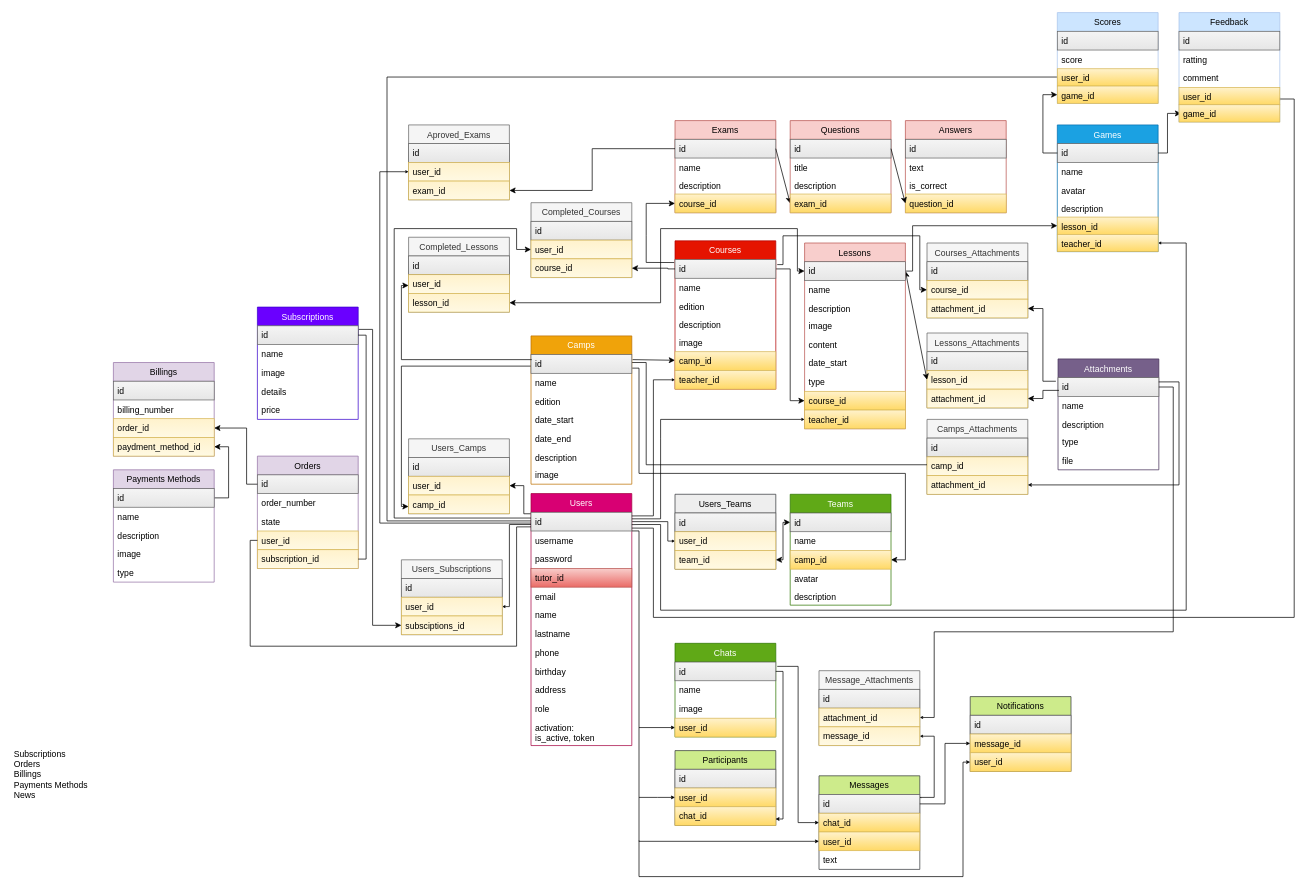
The draw.io diagram bin/bbdd-game-camp.drawio in OneLifeDesigning/wellness-api, before the edit. Source tidied: cells renumbered, new cells numbered last; positions are measured from the earlier drawing's top-left corner, leaving out a move shared by most shapes. Both pictures are drawn from the tidied source at 72%, with x=0, y=0 at pixel (12, 12).
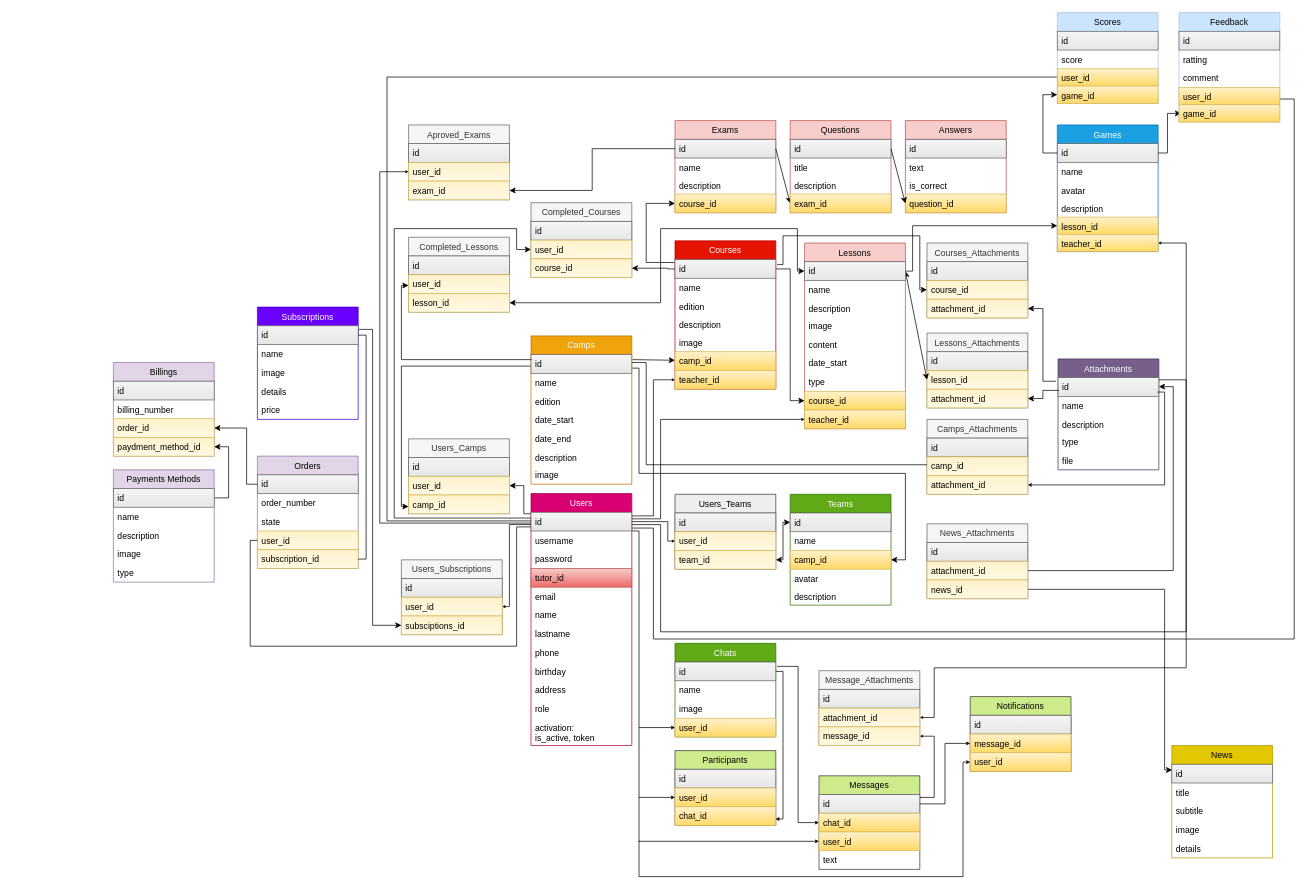
Above is the later version.

Unchanged cells that the change refers to:
```xml
<mxCell id="9" value="id" style="text;align=left;verticalAlign=top;spacingLeft=4;spacingRight=4;overflow=hidden;points=[[0,0.5],[1,0.5]];portConstraint=eastwest;fillColor=#f5f5f5;strokeColor=#666666;gradientColor=#E6E6E6;" parent="8" vertex="1">
  <mxGeometry y="26" width="140" height="26" as="geometry" />
</mxCell>
<mxCell id="51" value="Attachments" style="swimlane;fontStyle=0;horizontal=1;startSize=26;fillColor=#76608a;strokeColor=#432D57;fontColor=#ffffff;" parent="1" vertex="1">
  <mxGeometry x="1452" y="481" width="140" height="154" as="geometry" />
</mxCell>
<mxCell id="52" value="id" style="text;strokeColor=#666666;fillColor=#f5f5f5;align=left;verticalAlign=top;spacingLeft=4;spacingRight=4;overflow=hidden;points=[[0,0.5],[1,0.5]];portConstraint=eastwest;gradientColor=#E6E6E6;" parent="51" vertex="1">
  <mxGeometry y="26" width="140" height="26" as="geometry" />
</mxCell>
<mxCell id="70" value="attachment_id" style="text;strokeColor=#d6b656;fillColor=#fff2cc;align=left;verticalAlign=top;spacingLeft=4;spacingRight=4;overflow=hidden;points=[[0,0.5],[1,0.5]];portConstraint=eastwest;gradientColor=#FFF9E3;" parent="67" vertex="1">
  <mxGeometry y="78" width="140" height="26" as="geometry" />
</mxCell>
<mxCell id="109" value="teacher_id" style="text;strokeColor=#d6b656;fillColor=#fff2cc;align=left;verticalAlign=top;spacingLeft=4;spacingRight=4;overflow=hidden;points=[[0,0.5],[1,0.5]];portConstraint=eastwest;gradientColor=#ffd966;" parent="103" vertex="1">
  <mxGeometry y="152" width="140" height="24" as="geometry" />
</mxCell>
<mxCell id="168" value="attachment_id" style="text;strokeColor=#d6b656;fillColor=#fff2cc;align=left;verticalAlign=top;spacingLeft=4;spacingRight=4;overflow=hidden;points=[[0,0.5],[1,0.5]];portConstraint=eastwest;gradientColor=#FFF9E3;" parent="166" vertex="1">
  <mxGeometry y="52" width="140" height="26" as="geometry" />
</mxCell>
```

Diff of the diagram source:
```diff
@@
+    <mxCell id="213" style="edgeStyle=orthogonalEdgeStyle;rounded=0;jettySize=auto;html=1;exitX=1;exitY=0.25;exitDx=0;exitDy=0;entryX=1;entryY=0.5;entryDx=0;entryDy=0;startArrow=classic;startFill=1;endArrow=none;endFill=0;fontColor=#000000;" parent="1" edge="1" source="51" target="223">
+      <mxGeometry relative="1" as="geometry" />
+    </mxCell>
@@
-    <mxCell id="82" style="edgeStyle=orthogonalEdgeStyle;rounded=0;jettySize=auto;html=1;exitX=1;exitY=0.5;exitDx=0;exitDy=0;entryX=0.999;entryY=0.228;entryDx=0;entryDy=0;startArrow=classic;startFill=1;entryPerimeter=0;startSize=3;endSize=3;endArrow=none;endFill=0;" parent="1" edge="1" source="70" target="52">
+    <mxCell id="82" style="edgeStyle=orthogonalEdgeStyle;rounded=0;jettySize=auto;html=1;exitX=1;exitY=0.5;exitDx=0;exitDy=0;startArrow=classic;startFill=1;startSize=3;endSize=3;endArrow=none;endFill=0;" parent="1" edge="1" source="70">
       <mxGeometry relative="1" as="geometry">
+        <mxPoint x="1590" y="527" as="targetPoint" />
         <Array as="points">
-          <mxPoint x="1620" y="656" />
-          <mxPoint x="1620" y="513" />
+          <mxPoint x="1600" y="656" />
+          <mxPoint x="1600" y="527" />
+          <mxPoint x="1591" y="527" />
         </Array>
       </mxGeometry>
     </mxCell>
@@
     <mxCell id="118" style="edgeStyle=orthogonalEdgeStyle;rounded=0;jettySize=auto;html=1;startArrow=classic;startFill=1;endArrow=none;endFill=0;entryX=1.001;entryY=0.844;entryDx=0;entryDy=0;entryPerimeter=0;endSize=3;startSize=2;" parent="1" edge="1" target="9">
       <mxGeometry relative="1" as="geometry">
         <mxPoint x="1756" y="120" as="sourcePoint" />
         <Array as="points">
           <mxPoint x="1780" y="120" />
-          <mxPoint x="1780" y="840" />
-          <mxPoint x="890" y="840" />
+          <mxPoint x="1780" y="870" />
+          <mxPoint x="890" y="870" />
           <mxPoint x="890" y="716" />
-          <mxPoint x="870" y="716" />
         </Array>
       </mxGeometry>
     </mxCell>
@@
     <mxCell id="147" style="edgeStyle=orthogonalEdgeStyle;rounded=0;jettySize=auto;html=1;exitX=1;exitY=0.5;exitDx=0;exitDy=0;startArrow=classic;startFill=1;endArrow=none;endFill=0;entryX=1;entryY=0.659;entryDx=0;entryDy=0;entryPerimeter=0;startSize=2;endSize=3;" parent="1" edge="1" source="109" target="9">
       <mxGeometry relative="1" as="geometry">
         <Array as="points">
           <mxPoint x="1630" y="320" />
-          <mxPoint x="1630" y="830" />
-          <mxPoint x="900" y="830" />
+          <mxPoint x="1630" y="860" />
+          <mxPoint x="900" y="860" />
           <mxPoint x="900" y="711" />
-          <mxPoint x="870" y="711" />
         </Array>
       </mxGeometry>
     </mxCell>
@@
-    <mxCell id="158" style="edgeStyle=orthogonalEdgeStyle;rounded=0;jettySize=auto;html=1;startArrow=classic;startFill=1;startSize=2;endArrow=none;endFill=0;endSize=3;entryX=1;entryY=0.5;entryDx=0;entryDy=0;exitX=1;exitY=0.5;exitDx=0;exitDy=0;" parent="1" edge="1" source="168" target="52">
+    <mxCell id="158" style="edgeStyle=orthogonalEdgeStyle;rounded=0;jettySize=auto;html=1;startArrow=classic;startFill=1;startSize=2;endArrow=none;endFill=0;endSize=3;exitX=1;exitY=0.5;exitDx=0;exitDy=0;" parent="1" edge="1" source="168">
       <mxGeometry relative="1" as="geometry">
+        <mxPoint x="1592" y="510" as="targetPoint" />
         <Array as="points">
           <mxPoint x="1280" y="979" />
-          <mxPoint x="1280" y="860" />
-          <mxPoint x="1612" y="860" />
-          <mxPoint x="1612" y="520" />
+          <mxPoint x="1280" y="910" />
+          <mxPoint x="1630" y="910" />
+          <mxPoint x="1630" y="510" />
         </Array>
       </mxGeometry>
     </mxCell>
@@
-    <mxCell id="179" value="&lt;div&gt;Subscriptions&lt;/div&gt;&lt;div&gt;Orders&lt;/div&gt;&lt;div&gt;Billings&lt;/div&gt;&lt;div&gt;Payments Methods&lt;/div&gt;&lt;div&gt;News&lt;/div&gt;" style="text;html=1;align=left;verticalAlign=middle;" parent="1" vertex="1">
-      <mxGeometry y="1018" width="120" height="80" as="geometry" />
-    </mxCell>
@@
+    <mxCell id="214" value="News" style="swimlane;fontStyle=0;horizontal=1;startSize=26;fillColor=#e3c800;strokeColor=#B09500;" parent="1" vertex="1">
+      <mxGeometry x="1610" y="1018" width="140" height="156" as="geometry" />
+    </mxCell>
+    <mxCell id="215" value="id" style="text;strokeColor=#666666;fillColor=#f5f5f5;align=left;verticalAlign=top;spacingLeft=4;spacingRight=4;overflow=hidden;points=[[0,0.5],[1,0.5]];portConstraint=eastwest;gradientColor=#E6E6E6;" parent="214" vertex="1">
+      <mxGeometry y="26" width="140" height="26" as="geometry" />
+    </mxCell>
+    <mxCell id="216" value="title" style="text;strokeColor=none;fillColor=none;align=left;verticalAlign=top;spacingLeft=4;spacingRight=4;overflow=hidden;" parent="214" vertex="1">
+      <mxGeometry y="52" width="140" height="26" as="geometry" />
+    </mxCell>
+    <mxCell id="217" value="subtitle" style="text;strokeColor=none;fillColor=none;align=left;verticalAlign=top;spacingLeft=4;spacingRight=4;overflow=hidden;" parent="214" vertex="1">
+      <mxGeometry y="78" width="140" height="26" as="geometry" />
+    </mxCell>
+    <mxCell id="218" value="image" style="text;strokeColor=none;fillColor=none;align=left;verticalAlign=top;spacingLeft=4;spacingRight=4;overflow=hidden;" parent="214" vertex="1">
+      <mxGeometry y="104" width="140" height="26" as="geometry" />
+    </mxCell>
+    <mxCell id="219" value="details" style="text;strokeColor=none;fillColor=none;align=left;verticalAlign=top;spacingLeft=4;spacingRight=4;overflow=hidden;" parent="214" vertex="1">
+      <mxGeometry y="130" width="140" height="26" as="geometry" />
+    </mxCell>
+    <mxCell id="220" style="edgeStyle=orthogonalEdgeStyle;rounded=0;jettySize=auto;html=1;exitX=0.004;exitY=0.305;exitDx=0;exitDy=0;entryX=1;entryY=0.5;entryDx=0;entryDy=0;startArrow=classic;startFill=1;endArrow=none;endFill=0;fontColor=#000000;exitPerimeter=0;" parent="1" edge="1" source="215" target="224">
+      <mxGeometry relative="1" as="geometry">
+        <Array as="points">
+          <mxPoint x="1600" y="1052" />
+          <mxPoint x="1600" y="801" />
+        </Array>
+      </mxGeometry>
+    </mxCell>
+    <mxCell id="221" value="News_Attachments" style="swimlane;fontStyle=0;horizontal=1;startSize=26;fillColor=#f5f5f5;strokeColor=#666666;fontColor=#333333;" parent="1" vertex="1">
+      <mxGeometry x="1270" y="710" width="140" height="104" as="geometry" />
+    </mxCell>
+    <mxCell id="222" value="id" style="text;strokeColor=#666666;fillColor=#f5f5f5;align=left;verticalAlign=top;spacingLeft=4;spacingRight=4;overflow=hidden;gradientColor=#E6E6E6;" parent="221" vertex="1">
+      <mxGeometry y="26" width="140" height="26" as="geometry" />
+    </mxCell>
+    <mxCell id="223" value="attachment_id" style="text;strokeColor=#d6b656;fillColor=#fff2cc;align=left;verticalAlign=top;spacingLeft=4;spacingRight=4;overflow=hidden;points=[[0,0.5],[1,0.5]];portConstraint=eastwest;gradientColor=#FFF9E3;" parent="221" vertex="1">
+      <mxGeometry y="52" width="140" height="26" as="geometry" />
+    </mxCell>
+    <mxCell id="224" value="news_id" style="text;strokeColor=#d6b656;fillColor=#fff2cc;align=left;verticalAlign=top;spacingLeft=4;spacingRight=4;overflow=hidden;points=[[0,0.5],[1,0.5]];portConstraint=eastwest;gradientColor=#FFF9E3;" parent="221" vertex="1">
+      <mxGeometry y="78" width="140" height="26" as="geometry" />
+    </mxCell>
```
